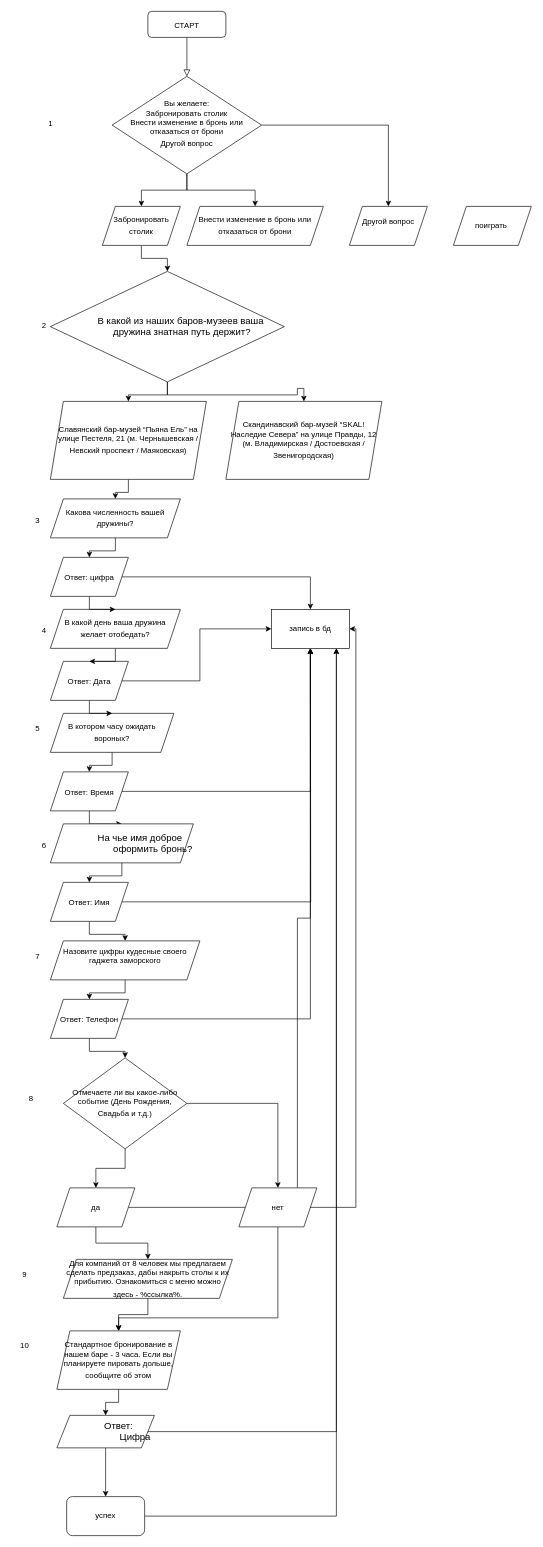
The draw.io diagram Диаграмма без названия.drawio in kaoekb/drawio, before the edit. Source tidied: cells renumbered, new cells numbered last; positions are measured from the earlier drawing's top-left corner, leaving out a move shared by most shapes. Both pictures are drawn from the tidied source at 65%, with x=0, y=0 at pixel (11, 11).
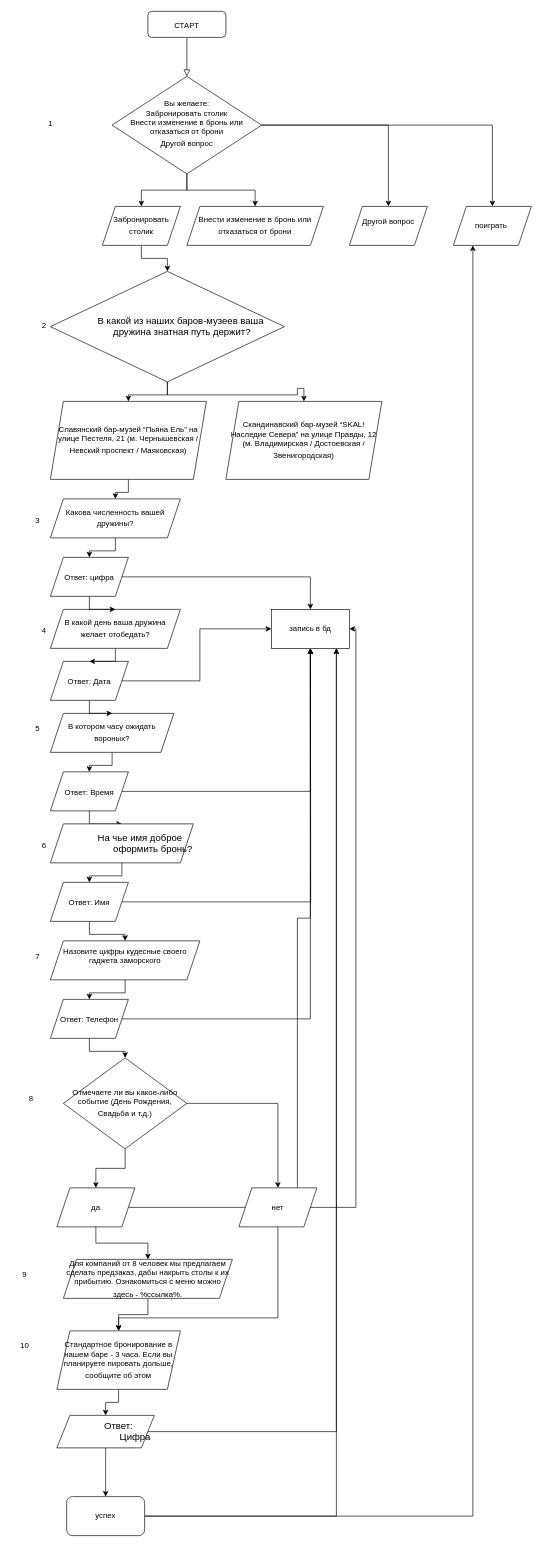
Above is the later version.

The change refers to these unchanged cells:
```xml
<mxCell id="7" value="Вы желаете:&lt;br&gt;Забронировать столик&lt;br&gt;Внести изменение в бронь или отказаться от брони&lt;br&gt;Другой вопрос&lt;span style=&quot;font-size: medium; text-align: start;&quot;&gt;&lt;/span&gt;" style="rhombus;whiteSpace=wrap;html=1;shadow=0;fontFamily=Helvetica;fontSize=12;align=center;strokeWidth=1;spacing=6;spacingTop=-4;" parent="1" vertex="1">
  <mxGeometry x="155" y="100" width="230" height="150" as="geometry" />
</mxCell>
<mxCell id="60" value="успех" style="rounded=1;whiteSpace=wrap;html=1;" parent="1" vertex="1">
  <mxGeometry x="85" y="2285" width="120" height="60" as="geometry" />
</mxCell>
<mxCell id="72" value="поиграть&amp;nbsp;&lt;br&gt;" style="shape=parallelogram;perimeter=parallelogramPerimeter;whiteSpace=wrap;html=1;fixedSize=1;" parent="1" vertex="1">
  <mxGeometry x="680" y="300" width="120" height="60" as="geometry" />
</mxCell>
```

Diff of the diagram source:
```diff
@@
+    <mxCell id="73" style="edgeStyle=orthogonalEdgeStyle;rounded=0;jettySize=auto;html=1;" parent="1" edge="1" source="7" target="72">
+      <mxGeometry relative="1" as="geometry" />
+    </mxCell>
@@
+    <mxCell id="74" style="edgeStyle=orthogonalEdgeStyle;rounded=0;jettySize=auto;html=1;entryX=0.25;entryY=1;entryDx=0;entryDy=0;" parent="1" edge="1" source="60" target="72">
+      <mxGeometry relative="1" as="geometry" />
+    </mxCell>
```
